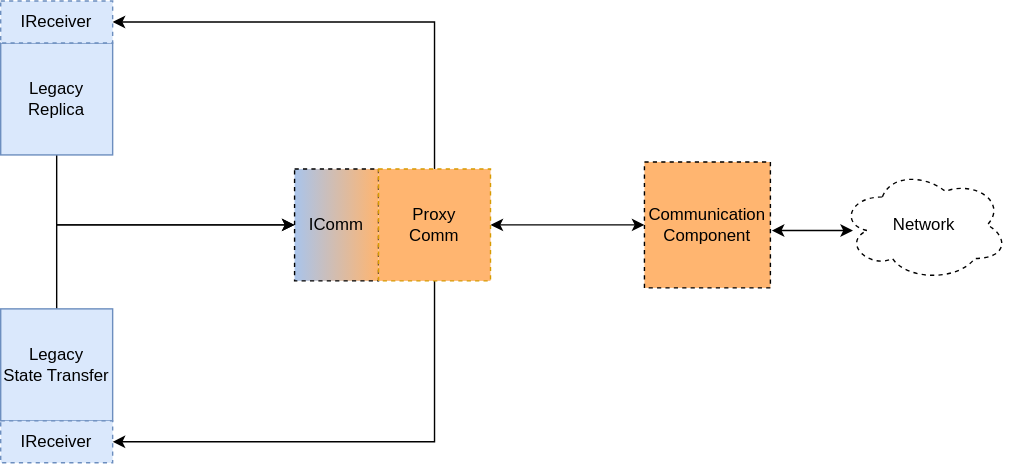
This is orrery/img/communication-proxy-component.svg from andrewjstone/concord-bft, a draw.io export, as it was before one commit. Source tidied: cells renumbered, new cells last; positions are measured from the earlier drawing's top-left corner, leaving out a move shared by most shapes.
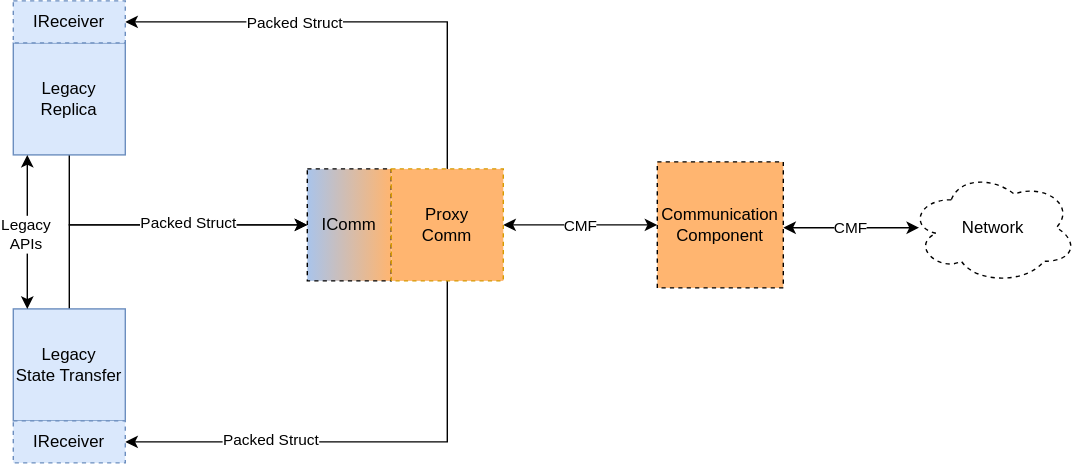
Later version of the same file.

Diff of the diagram source:
```diff
@@ -11,6 +11,9 @@
     <mxCell id="4" style="edgeStyle=orthogonalEdgeStyle;rounded=0;jettySize=auto;html=1;exitX=0.5;exitY=0;exitDx=0;exitDy=0;entryX=0;entryY=0.5;entryDx=0;entryDy=0;" parent="1" edge="1" source="5" target="9">
       <mxGeometry relative="1" as="geometry" />
     </mxCell>
+    <mxCell id="17" value="Packed Struct" style="edgeLabel;html=1;align=center;verticalAlign=middle;" parent="4" vertex="1">
+      <mxGeometry x="0.25" y="2" relative="1" as="geometry" />
+    </mxCell>
     <mxCell id="5" value="Legacy&lt;br&gt;State Transfer" style="whiteSpace=wrap;html=1;fillColor=#dae8fc;strokeColor=#6c8ebf;" parent="1" vertex="1">
       <mxGeometry y="220" width="80" height="80" as="geometry" />
     </mxCell>
@@ -29,25 +32,47 @@
     <mxCell id="10" style="edgeStyle=orthogonalEdgeStyle;rounded=0;jettySize=auto;html=1;exitX=0.5;exitY=0;exitDx=0;exitDy=0;entryX=1;entryY=0.5;entryDx=0;entryDy=0;" parent="1" edge="1" source="13" target="7">
       <mxGeometry relative="1" as="geometry" />
     </mxCell>
+    <mxCell id="18" value="Packed Struct" style="edgeLabel;html=1;align=center;verticalAlign=middle;" parent="10" vertex="1">
+      <mxGeometry x="0.28" y="-4" relative="1" as="geometry">
+        <mxPoint x="-1" y="4" as="offset" />
+      </mxGeometry>
+    </mxCell>
     <mxCell id="11" style="edgeStyle=orthogonalEdgeStyle;rounded=0;jettySize=auto;html=1;exitX=0.5;exitY=1;exitDx=0;exitDy=0;entryX=1;entryY=0.5;entryDx=0;entryDy=0;" parent="1" edge="1" source="13" target="6">
       <mxGeometry relative="1" as="geometry" />
     </mxCell>
     <mxCell id="12" style="edgeStyle=orthogonalEdgeStyle;rounded=0;jettySize=auto;html=1;exitX=1;exitY=0.5;exitDx=0;exitDy=0;entryX=0;entryY=0.5;entryDx=0;entryDy=0;startArrow=classic;startFill=1;" parent="1" edge="1" source="13" target="14">
       <mxGeometry relative="1" as="geometry" />
     </mxCell>
+    <mxCell id="19" value="CMF" style="edgeLabel;html=1;align=center;verticalAlign=middle;" parent="12" vertex="1">
+      <mxGeometry x="-0.02" relative="1" as="geometry" />
+    </mxCell>
     <mxCell id="13" value="Proxy&lt;br&gt;Comm" style="whiteSpace=wrap;html=1;dashed=1;strokeColor=#d79b00;fillColor=#FFB570;" parent="1" vertex="1">
       <mxGeometry x="270" y="120" width="80" height="80" as="geometry" />
     </mxCell>
+    <mxCell id="20" value="CMF" style="edgeStyle=orthogonalEdgeStyle;rounded=0;jettySize=auto;html=1;startArrow=classic;startFill=1;entryX=0.058;entryY=0.5;entryDx=0;entryDy=0;entryPerimeter=0;" parent="1" edge="1" target="15">
+      <mxGeometry relative="1" as="geometry">
+        <mxPoint x="550" y="162" as="sourcePoint" />
+      </mxGeometry>
+    </mxCell>
     <mxCell id="14" value="Communication&lt;br&gt;Component" style="whiteSpace=wrap;html=1;dashed=1;fillColor=#FFB570;" parent="1" vertex="1">
       <mxGeometry x="460" y="115" width="90" height="90" as="geometry" />
     </mxCell>
     <mxCell id="15" value="Network" style="ellipse;shape=cloud;whiteSpace=wrap;html=1;dashed=1;fillColor=#FFFFFF;" parent="1" vertex="1">
-      <mxGeometry x="600" y="120" width="120" height="80" as="geometry" />
+      <mxGeometry x="640" y="122" width="120" height="80" as="geometry" />
     </mxCell>
-    <mxCell id="16" style="endArrow=classic;startArrow=classic;html=1;entryX=0.075;entryY=0.55;entryDx=0;entryDy=0;entryPerimeter=0;" parent="1" edge="1" target="15">
-      <mxGeometry relative="1" as="geometry">
-        <mxPoint x="551" y="164" as="sourcePoint" />
-      </mxGeometry>
-    </mxCell>
+    <mxCell id="21" value="Packed Struct" style="edgeLabel;html=1;align=center;verticalAlign=middle;" parent="1" vertex="1">
+      <mxGeometry x="200" y="120" as="geometry">
+        <mxPoint x="-17" y="193" as="offset" />
+      </mxGeometry>
+    </mxCell>
+    <mxCell id="22" style="edgeStyle=orthogonalEdgeStyle;rounded=0;orthogonalLoop=1;jettySize=auto;html=1;exitX=0.25;exitY=1;exitDx=0;exitDy=0;entryX=0.25;entryY=0;entryDx=0;entryDy=0;startArrow=classic;startFill=1;" parent="1" edge="1">
+      <mxGeometry relative="1" as="geometry">
+        <mxPoint x="10" y="110" as="sourcePoint" />
+        <mxPoint x="10" y="220" as="targetPoint" />
+      </mxGeometry>
+    </mxCell>
+    <mxCell id="23" value="Legacy&lt;br&gt;APIs" style="edgeLabel;html=1;align=center;verticalAlign=middle;" parent="22" vertex="1">
+      <mxGeometry x="0.02" y="-2" relative="1" as="geometry" />
+    </mxCell>
   </root>
 </mxGraphModel>
```
